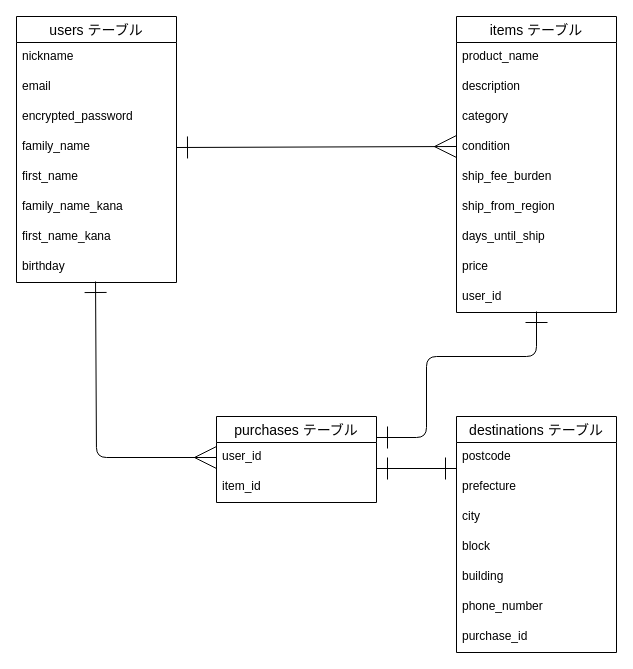
This is ER.dio from ryoshi-8/furima-41752, a draw.io file, before an edit. Source tidied: cells renumbered, new cells numbered last; positions are measured from the earlier drawing's top-left corner, leaving out a move shared by most shapes. Both pictures are drawn from the tidied source at 100%, with x=0, y=0 at pixel (16, 16).
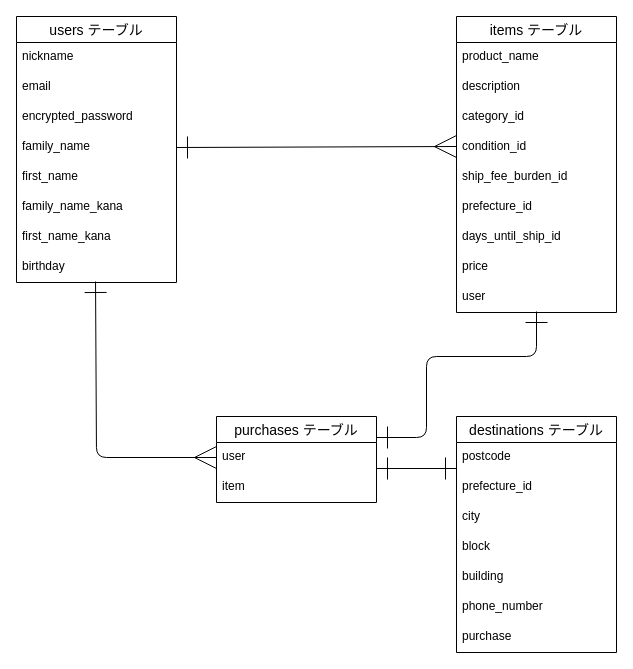
The same diagram, later.

Commit message (it also covers changes not shown here):
データベース設計の修正

Unchanged cells that the change refers to:
```xml
<mxCell id="11" value="items テーブル" style="swimlane;fontStyle=0;horizontal=1;startSize=26;align=center;fontSize=14;" parent="1" vertex="1">
  <mxGeometry x="440" width="160" height="296" as="geometry" />
</mxCell>
<mxCell id="21" value="destinations テーブル" style="swimlane;fontStyle=0;horizontal=1;startSize=26;align=center;fontSize=14;" parent="1" vertex="1">
  <mxGeometry x="440" y="400" width="160" height="236" as="geometry" />
</mxCell>
<mxCell id="30" value="purchases テーブル" style="swimlane;fontStyle=0;horizontal=1;startSize=26;align=center;fontSize=14;" parent="1" vertex="1">
  <mxGeometry x="200" y="400" width="160" height="86" as="geometry" />
</mxCell>
```

What changed in the source:
```diff
@@
-    <mxCell id="14" value="category" style="text;strokeColor=none;fillColor=none;spacingLeft=4;spacingRight=4;overflow=hidden;fontSize=12;" parent="11" vertex="1">
+    <mxCell id="14" value="category_id" style="text;strokeColor=none;fillColor=none;spacingLeft=4;spacingRight=4;overflow=hidden;fontSize=12;" parent="11" vertex="1">
       <mxGeometry y="86" width="160" height="30" as="geometry" />
     </mxCell>
-    <mxCell id="15" value="condition" style="text;strokeColor=none;fillColor=none;spacingLeft=4;spacingRight=4;overflow=hidden;fontSize=12;" parent="11" vertex="1">
+    <mxCell id="15" value="condition_id" style="text;strokeColor=none;fillColor=none;spacingLeft=4;spacingRight=4;overflow=hidden;fontSize=12;" parent="11" vertex="1">
       <mxGeometry y="116" width="160" height="30" as="geometry" />
     </mxCell>
-    <mxCell id="16" value="ship_fee_burden" style="text;strokeColor=none;fillColor=none;spacingLeft=4;spacingRight=4;overflow=hidden;fontSize=12;" parent="11" vertex="1">
+    <mxCell id="16" value="ship_fee_burden_id" style="text;strokeColor=none;fillColor=none;spacingLeft=4;spacingRight=4;overflow=hidden;fontSize=12;" parent="11" vertex="1">
       <mxGeometry y="146" width="160" height="30" as="geometry" />
     </mxCell>
-    <mxCell id="17" value="ship_from_region" style="text;strokeColor=none;fillColor=none;spacingLeft=4;spacingRight=4;overflow=hidden;fontSize=12;" parent="11" vertex="1">
+    <mxCell id="17" value="prefecture_id" style="text;strokeColor=none;fillColor=none;spacingLeft=4;spacingRight=4;overflow=hidden;fontSize=12;" parent="11" vertex="1">
       <mxGeometry y="176" width="160" height="30" as="geometry" />
     </mxCell>
-    <mxCell id="18" value="days_until_ship" style="text;strokeColor=none;fillColor=none;spacingLeft=4;spacingRight=4;overflow=hidden;fontSize=12;" parent="11" vertex="1">
+    <mxCell id="18" value="days_until_ship_id" style="text;strokeColor=none;fillColor=none;spacingLeft=4;spacingRight=4;overflow=hidden;fontSize=12;" parent="11" vertex="1">
       <mxGeometry y="206" width="160" height="30" as="geometry" />
     </mxCell>
@@
-    <mxCell id="20" value="user_id" style="text;strokeColor=none;fillColor=none;spacingLeft=4;spacingRight=4;overflow=hidden;points=[[0,0.5],[1,0.5]];portConstraint=eastwest;fontSize=12;" parent="11" vertex="1">
+    <mxCell id="20" value="user" style="text;strokeColor=none;fillColor=none;spacingLeft=4;spacingRight=4;overflow=hidden;points=[[0,0.5],[1,0.5]];portConstraint=eastwest;fontSize=12;" parent="11" vertex="1">
       <mxGeometry y="266" width="160" height="30" as="geometry" />
     </mxCell>
@@
-    <mxCell id="24" value="prefecture" style="text;strokeColor=none;fillColor=none;spacingLeft=4;spacingRight=4;overflow=hidden;points=[[0,0.5],[1,0.5]];portConstraint=eastwest;fontSize=12;" parent="21" vertex="1">
+    <mxCell id="24" value="prefecture_id" style="text;strokeColor=none;fillColor=none;spacingLeft=4;spacingRight=4;overflow=hidden;points=[[0,0.5],[1,0.5]];portConstraint=eastwest;fontSize=12;" parent="21" vertex="1">
       <mxGeometry y="56" width="160" height="30" as="geometry" />
     </mxCell>
@@
-    <mxCell id="29" value="purchase_id" style="text;strokeColor=none;fillColor=none;spacingLeft=4;spacingRight=4;overflow=hidden;fontSize=12;" parent="21" vertex="1">
+    <mxCell id="29" value="purchase" style="text;strokeColor=none;fillColor=none;spacingLeft=4;spacingRight=4;overflow=hidden;fontSize=12;" parent="21" vertex="1">
       <mxGeometry y="206" width="160" height="30" as="geometry" />
     </mxCell>
@@
-    <mxCell id="31" value="user_id" style="text;strokeColor=none;fillColor=none;spacingLeft=4;spacingRight=4;overflow=hidden;points=[[0,0.5],[1,0.5]];portConstraint=eastwest;fontSize=12;" parent="30" vertex="1">
+    <mxCell id="31" value="user" style="text;strokeColor=none;fillColor=none;spacingLeft=4;spacingRight=4;overflow=hidden;points=[[0,0.5],[1,0.5]];portConstraint=eastwest;fontSize=12;" parent="30" vertex="1">
       <mxGeometry y="26" width="160" height="30" as="geometry" />
     </mxCell>
-    <mxCell id="32" value="item_id" style="text;strokeColor=none;fillColor=none;spacingLeft=4;spacingRight=4;overflow=hidden;fontSize=12;" parent="30" vertex="1">
+    <mxCell id="32" value="item" style="text;strokeColor=none;fillColor=none;spacingLeft=4;spacingRight=4;overflow=hidden;fontSize=12;" parent="30" vertex="1">
       <mxGeometry y="56" width="160" height="30" as="geometry" />
     </mxCell>
```
